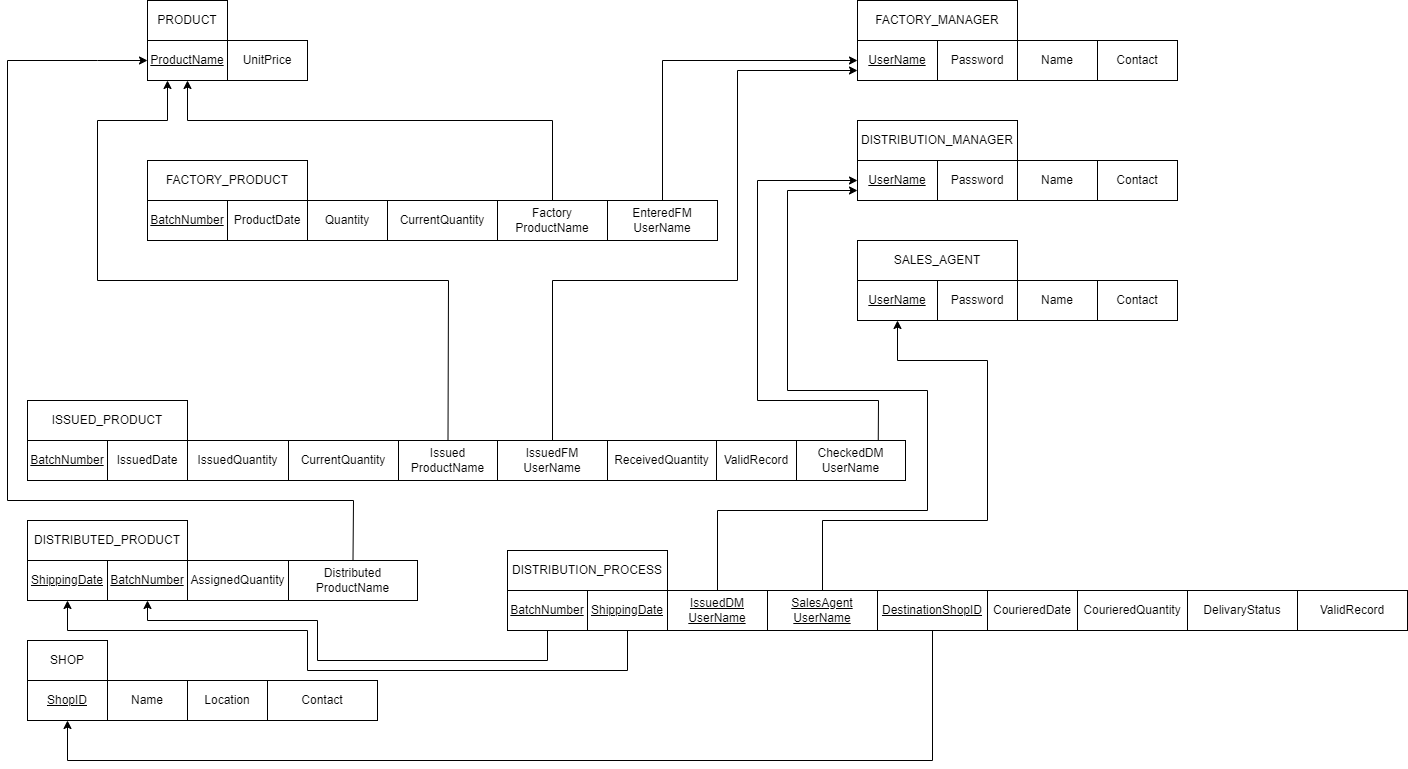
This is database/relationalModel.png from cepdnaclk/e17-6sp-Automated_Computerised_System, a draw.io export, as it was before one commit. Source tidied: cells renumbered, new cells last; positions are measured from the earlier drawing's top-left corner, leaving out a move shared by most shapes.
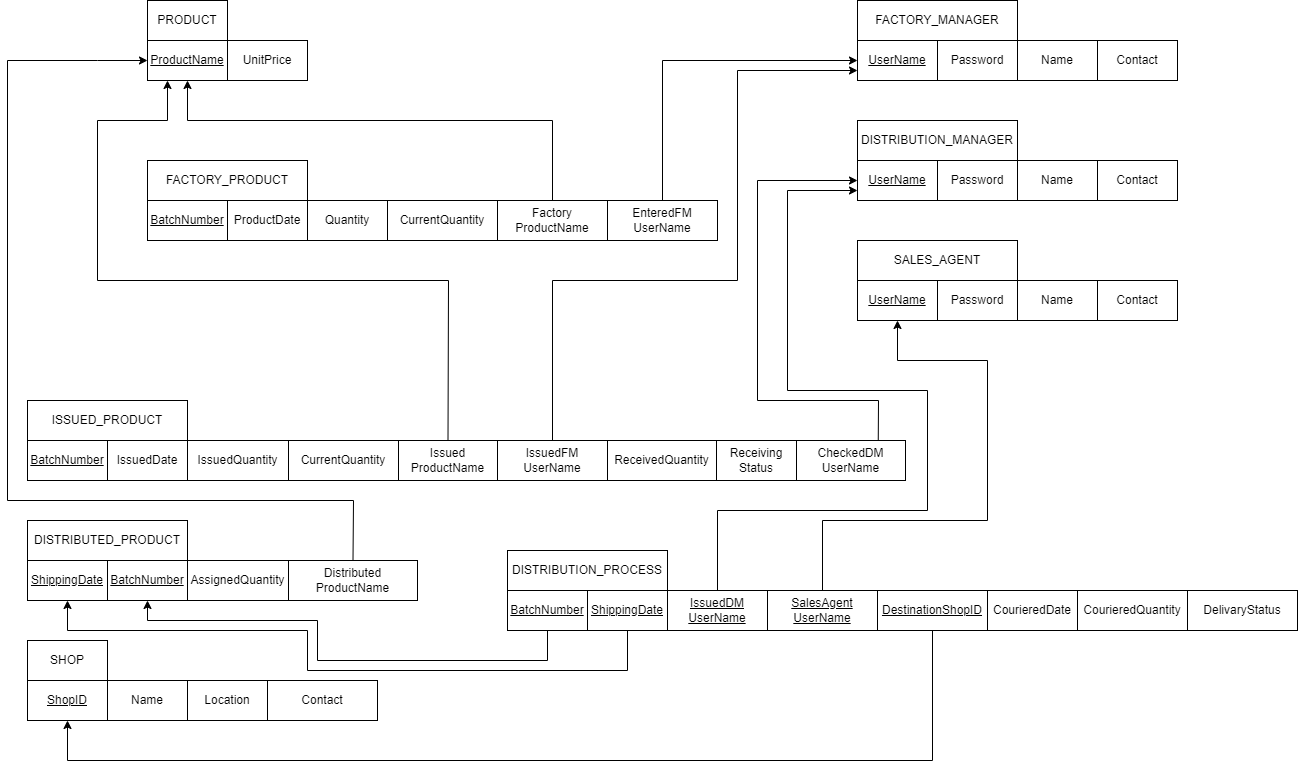
After the commit.

Commit message:
er diagram was updated

Change to the diagram source:
```diff
@@ -153,7 +153,7 @@
     <mxCell id="44" value="ReceivedQuantity" style="whiteSpace=wrap;html=1;align=center;" parent="1" vertex="1">
       <mxGeometry x="600" y="440" width="109" height="40" as="geometry" />
     </mxCell>
-    <mxCell id="45" value="ValidRecord" style="whiteSpace=wrap;html=1;align=center;" parent="1" vertex="1">
+    <mxCell id="45" value="Receiving&lt;br&gt;Status" style="whiteSpace=wrap;html=1;align=center;" parent="1" vertex="1">
       <mxGeometry x="709" y="440" width="80" height="40" as="geometry" />
     </mxCell>
     <mxCell id="46" value="CheckedDM&lt;br&gt;UserName" style="whiteSpace=wrap;html=1;align=center;" parent="1" vertex="1">
@@ -218,7 +218,7 @@
       <mxGeometry x="500" y="550" width="160" height="40" as="geometry" />
     </mxCell>
     <mxCell id="62" style="whiteSpace=wrap;html=1;align=center;" parent="1" vertex="1">
-      <mxGeometry x="500" y="590" width="900" height="40" as="geometry" />
+      <mxGeometry x="500" y="590" width="790" height="40" as="geometry" />
     </mxCell>
     <mxCell id="63" value="&lt;u&gt;BatchNumber&lt;/u&gt;" style="whiteSpace=wrap;html=1;align=center;" parent="1" vertex="1">
       <mxGeometry x="500" y="590" width="80" height="40" as="geometry" />
@@ -244,9 +244,6 @@
     <mxCell id="70" value="DelivaryStatus" style="whiteSpace=wrap;html=1;align=center;" parent="1" vertex="1">
       <mxGeometry x="1180" y="590" width="110" height="40" as="geometry" />
     </mxCell>
-    <mxCell id="71" value="ValidRecord" style="whiteSpace=wrap;html=1;align=center;" parent="1" vertex="1">
-      <mxGeometry x="1290" y="590" width="110" height="40" as="geometry" />
-    </mxCell>
     <mxCell id="72" style="endArrow=classic;html=1;rounded=0;exitX=0.5;exitY=1;exitDx=0;exitDy=0;entryX=0.5;entryY=1;entryDx=0;entryDy=0;" parent="1" edge="1" source="67" target="57">
       <mxGeometry relative="1" as="geometry">
         <Array as="points">
```
